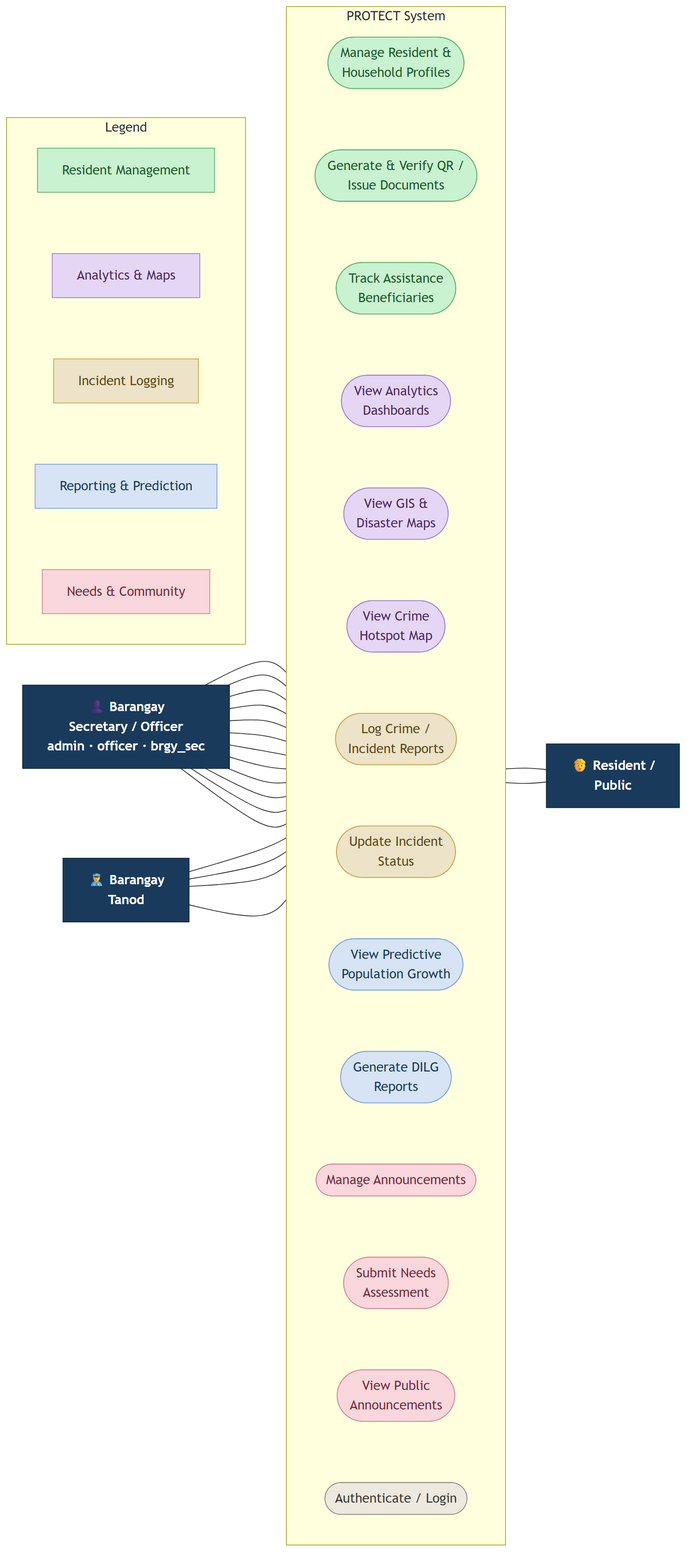
This is diagrams/use_case.png from KellyEspera/protect, a Mermaid export, as it was before one commit. Its source is kept beside it as diagrams/use_case.mmd. Source of this version:
```mermaid
flowchart LR
    Sec["👤 Barangay<br/>Secretary / Officer<br/>admin · officer · brgy_sec"]
    Tanod["👮 Barangay<br/>Tanod"]

    subgraph SYS[PROTECT System]
      direction TB
      U1(["Manage Resident &<br/>Household Profiles"])
      U2(["Generate & Verify QR /<br/>Issue Documents"])
      U3(["Track Assistance<br/>Beneficiaries"])
      U4(["View Analytics<br/>Dashboards"])
      U5(["View GIS &<br/>Disaster Maps"])
      U6(["View Crime<br/>Hotspot Map"])
      U7(["Log Crime /<br/>Incident Reports"])
      U8(["Update Incident<br/>Status"])
      U9(["View Predictive<br/>Population Growth"])
      U10(["Generate DILG<br/>Reports"])
      U11(["Manage Announcements"])
      U12(["Submit Needs<br/>Assessment"])
      U13(["View Public<br/>Announcements"])
      U14(["Authenticate / Login"])
      U1 ~~~ U2 ~~~ U3 ~~~ U4 ~~~ U5 ~~~ U6 ~~~ U7 ~~~ U8 ~~~ U9 ~~~ U10 ~~~ U11 ~~~ U12 ~~~ U13 ~~~ U14
    end

    Res["🧑 Resident /<br/>Public"]

    Sec --- U1
    Sec --- U2
    Sec --- U3
    Sec --- U4
    Sec --- U5
    Sec --- U6
    Sec --- U7
    Sec --- U8
    Sec --- U9
    Sec --- U10
    Sec --- U11
    Sec --- U14

    Tanod --- U6
    Tanod --- U7
    Tanod --- U8
    Tanod --- U14

    U12 --- Res
    U13 --- Res

    subgraph LEGEND[Legend]
      direction TB
      Lg1["Resident Management"]:::resident
      Lg2["Analytics & Maps"]:::analytics
      Lg3["Incident Logging"]:::safety
      Lg4["Reporting & Prediction"]:::reporting
      Lg5["Needs & Community"]:::needs
      Lg1 ~~~ Lg2 ~~~ Lg3 ~~~ Lg4 ~~~ Lg5
    end

    classDef actor fill:#1A3A5C,stroke:#10243a,color:#fff,font-weight:bold;
    classDef resident fill:#C9F2D0,stroke:#5BB36A,color:#1E5A2A;
    classDef analytics fill:#E6D6F5,stroke:#A87FD0,color:#4A2A6A;
    classDef safety fill:#EDE3C8,stroke:#C9A84C,color:#5A4A1A;
    classDef reporting fill:#D6E4F5,stroke:#7FA3DB,color:#1A3A5C;
    classDef needs fill:#F9D7DC,stroke:#D88894,color:#7A2A3A;
    classDef auth fill:#EDE9DF,stroke:#9A9488,color:#3A3A32;

    class Sec,Tanod,Res actor;
    class U1,U2,U3 resident;
    class U4,U5,U6 analytics;
    class U7,U8 safety;
    class U9,U10 reporting;
    class U11,U12,U13 needs;
    class U14 auth;
```
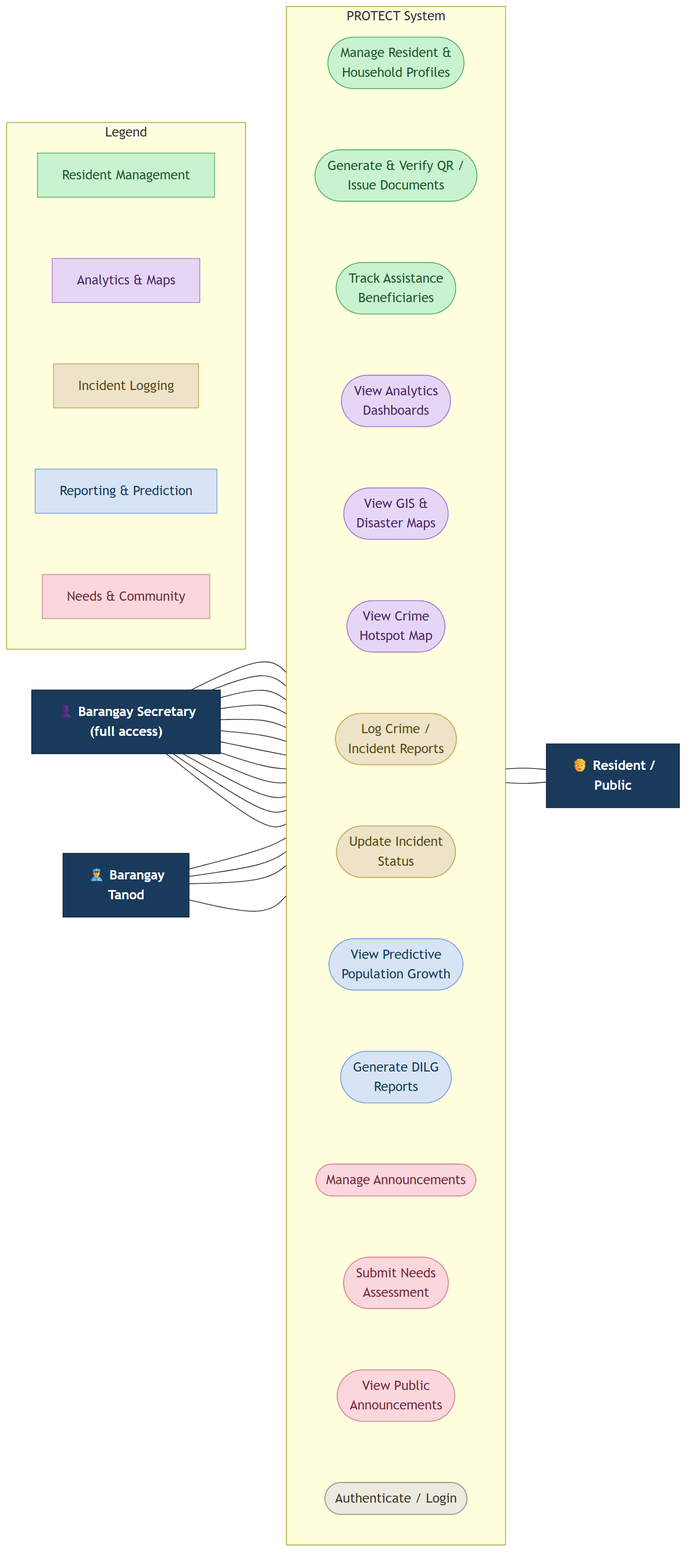
Later version of the same file.

What changed in the source:
```diff
@@ -1,5 +1,5 @@
 flowchart LR
-    Sec["👤 Barangay<br/>Secretary / Officer<br/>admin · officer · brgy_sec"]
+    Sec["👤 Barangay Secretary<br/>(full access)"]
     Tanod["👮 Barangay<br/>Tanod"]
 
     subgraph SYS[PROTECT System]
```
